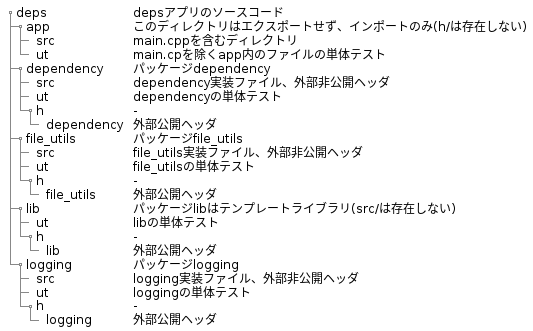
This is plant_uml/pkg_tree.png from ichiroprogrammer/comprehensive_cpp, a PlantUML export, as it was before one commit. Its diagram source:
```plantuml
@startsalt
{
{T
+deps                    | depsアプリのソースコード
++app                    | このディレクトリはエクスポートせず、インポートのみ(h/は存在しない)
+++src                   | main.cppを含むディレクトリ
+++ut                    | main.cpを除くapp内のファイルの単体テスト
++dependency             | パッケージdependency
+++src                   | dependency実装ファイル、外部非公開ヘッダ
+++ut                    | dependencyの単体テスト
+++h                     | -
++++dependency           | 外部公開ヘッダ
++file_utils             | パッケージfile_utils
+++src                   | file_utils実装ファイル、外部非公開ヘッダ
+++ut                    | file_utilsの単体テスト
+++h                     | -
++++file_utils           | 外部公開ヘッダ
++lib                    | パッケージlibはテンプレートライブラリ(src/は存在しない)
+++ut                    | libの単体テスト
+++h                     | -
++++lib                  | 外部公開ヘッダ
++logging                | パッケージlogging
+++src                   | logging実装ファイル、外部非公開ヘッダ
+++ut                    | loggingの単体テスト
+++h                     | -
++++logging              | 外部公開ヘッダ
}
}
@endsalt
```
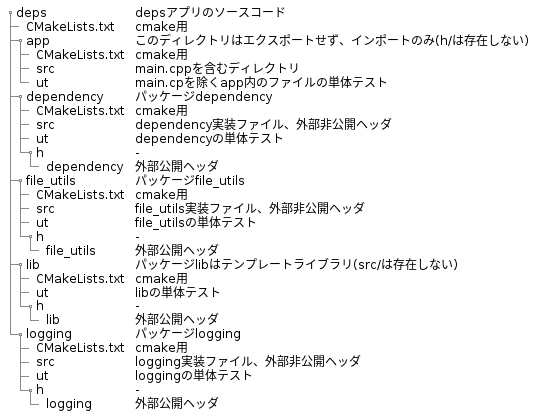
The same diagram one commit later.

The edit, as a diff of the source:
```diff
@@ -2,24 +2,30 @@
 {
 {T
 +deps                    | depsアプリのソースコード
+++CMakeLists.txt         | cmake用
 ++app                    | このディレクトリはエクスポートせず、インポートのみ(h/は存在しない)
++++CMakeLists.txt        | cmake用
 +++src                   | main.cppを含むディレクトリ
 +++ut                    | main.cpを除くapp内のファイルの単体テスト
 ++dependency             | パッケージdependency
++++CMakeLists.txt        | cmake用
 +++src                   | dependency実装ファイル、外部非公開ヘッダ
 +++ut                    | dependencyの単体テスト
 +++h                     | -
 ++++dependency           | 外部公開ヘッダ
 ++file_utils             | パッケージfile_utils
++++CMakeLists.txt        | cmake用
 +++src                   | file_utils実装ファイル、外部非公開ヘッダ
 +++ut                    | file_utilsの単体テスト
 +++h                     | -
 ++++file_utils           | 外部公開ヘッダ
 ++lib                    | パッケージlibはテンプレートライブラリ(src/は存在しない)
++++CMakeLists.txt        | cmake用
 +++ut                    | libの単体テスト
 +++h                     | -
 ++++lib                  | 外部公開ヘッダ
 ++logging                | パッケージlogging
++++CMakeLists.txt        | cmake用
 +++src                   | logging実装ファイル、外部非公開ヘッダ
 +++ut                    | loggingの単体テスト
 +++h                     | -
```
